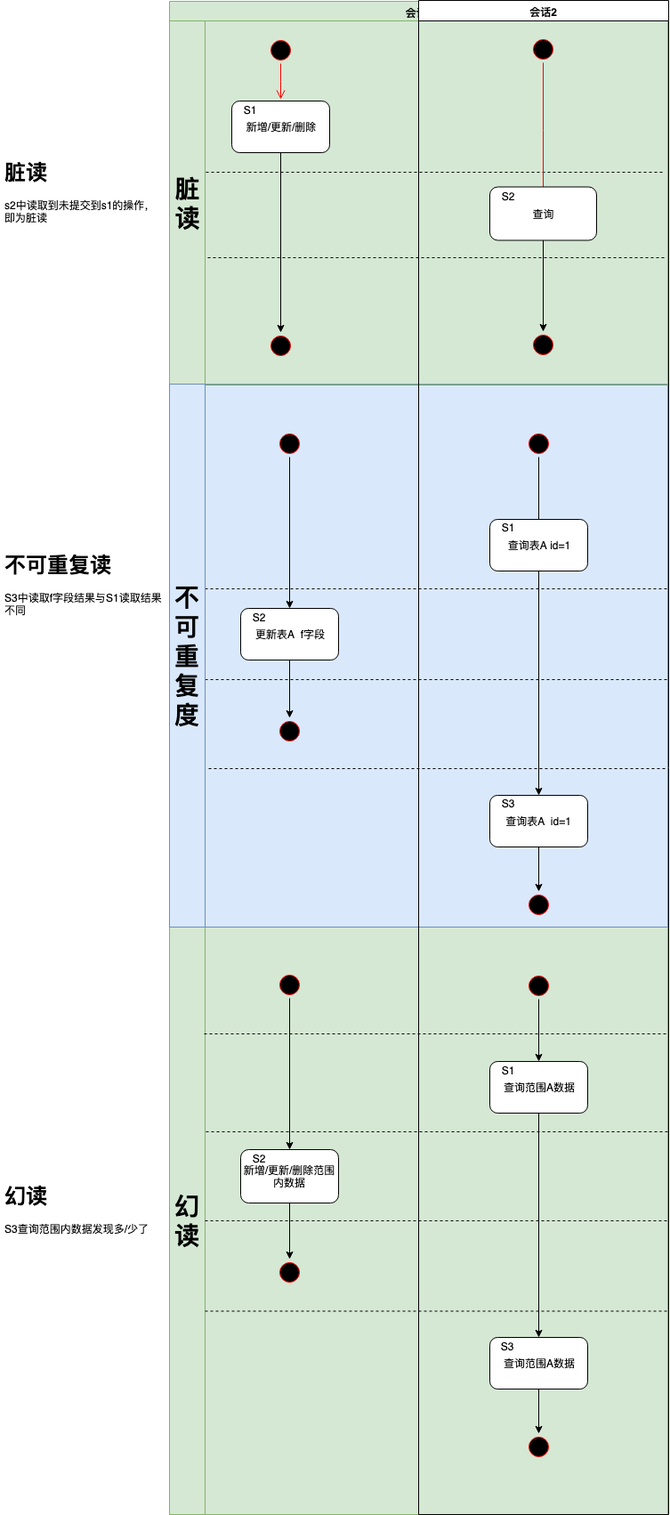
The draw.io diagram picture/transaction-issue.png in leon-fly/documents, before a commit. Source tidied: cells renumbered, new cells last; positions are measured from the earlier drawing's top-left corner, leaving out a move shared by most shapes.
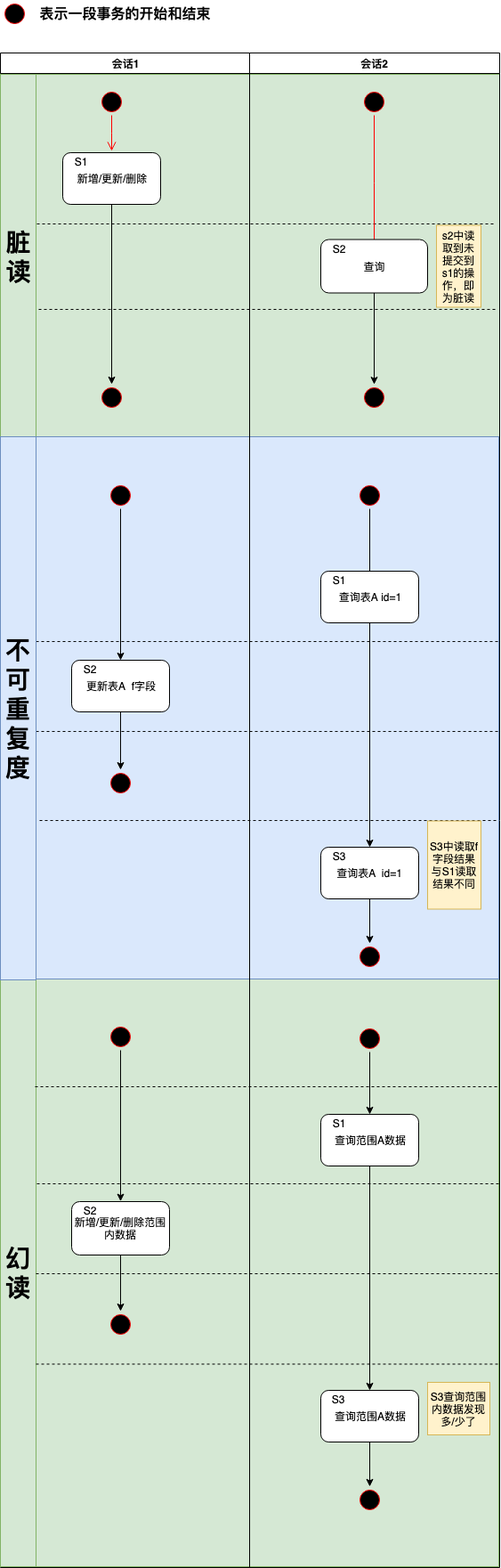
After the change.

The edit, as a diff of the source:
```diff
@@ -2,14 +2,14 @@
   <root>
     <mxCell id="0" />
     <mxCell id="1" parent="0" />
-    <mxCell id="2" value="会话1" style="swimlane;whiteSpace=wrap;fillColor=#d5e8d4;strokeColor=#82b366;" parent="1" vertex="1">
-      <mxGeometry x="190" y="1" width="560" height="1700" as="geometry" />
+    <mxCell id="2" value="会话1" style="swimlane;whiteSpace=wrap;" parent="1" vertex="1">
+      <mxGeometry x="190" width="280" height="1701" as="geometry" />
     </mxCell>
     <mxCell id="3" style="rounded=0;whiteSpace=wrap;html=1;fillColor=#d5e8d4;strokeColor=#82b366;" parent="2" vertex="1">
       <mxGeometry x="40" y="1040" width="520" height="660" as="geometry" />
     </mxCell>
     <mxCell id="4" style="rounded=0;whiteSpace=wrap;html=1;fillColor=#d5e8d4;strokeColor=#82b366;" parent="2" vertex="1">
-      <mxGeometry y="22" width="560" height="408" as="geometry" />
+      <mxGeometry x="1" y="24" width="560" height="408" as="geometry" />
     </mxCell>
     <mxCell id="5" style="ellipse;shape=startState;fillColor=#000000;strokeColor=#ff0000;" parent="2" vertex="1">
       <mxGeometry x="110" y="40" width="30" height="30" as="geometry" />
@@ -47,7 +47,7 @@
       <mxGeometry relative="1" as="geometry" />
     </mxCell>
     <mxCell id="14" value="&lt;b style=&quot;font-size: 28px&quot;&gt;脏&lt;br&gt;读&lt;/b&gt;" style="rounded=0;whiteSpace=wrap;html=1;fillColor=#d5e8d4;strokeColor=#82b366;" parent="2" vertex="1">
-      <mxGeometry y="22" width="40" height="410" as="geometry" />
+      <mxGeometry y="24" width="40" height="410" as="geometry" />
     </mxCell>
     <mxCell id="15" style="rounded=0;whiteSpace=wrap;html=1;fillColor=#dae8fc;strokeColor=#6c8ebf;" parent="2" vertex="1">
       <mxGeometry y="431" width="560" height="609" as="geometry" />
@@ -206,9 +206,15 @@
         <mxPoint x="280" y="1371" as="targetPoint" />
       </mxGeometry>
     </mxCell>
-    <mxCell id="60" value="&lt;h1&gt;脏读&lt;/h1&gt;&lt;p&gt;s2中读取到未提交到s1的操作，即为脏读&lt;/p&gt;" style="text;html=1;strokeColor=none;fillColor=none;spacing=5;spacingTop=-20;whiteSpace=wrap;overflow=hidden;rounded=0;" parent="1" vertex="1">
-      <mxGeometry y="173.5" width="190" height="95" as="geometry" />
-    </mxCell>
+    <mxCell id="65" value="&lt;span&gt;s2中读取到未提交到s1的操作，即为脏读&lt;/span&gt;" style="text;html=1;strokeColor=#d6b656;fillColor=#fff2cc;align=center;verticalAlign=middle;whiteSpace=wrap;rounded=0;" parent="39" vertex="1">
+      <mxGeometry x="210" y="193.5" width="50" height="92" as="geometry" />
+    </mxCell>
+    <mxCell id="66" value="&lt;span&gt;S3中读取f字段结果与S1读取结果不同&lt;/span&gt;" style="text;html=1;strokeColor=#d6b656;fillColor=#fff2cc;align=center;verticalAlign=middle;whiteSpace=wrap;rounded=0;" parent="39" vertex="1">
+      <mxGeometry x="200" y="862.5" width="60" height="99" as="geometry" />
+    </mxCell>
+    <mxCell id="67" value="&lt;span&gt;S3查询范围内数据发现多/少了&lt;/span&gt;" style="text;html=1;strokeColor=#d6b656;fillColor=#FFF2CC;align=center;verticalAlign=middle;whiteSpace=wrap;rounded=0;" parent="39" vertex="1">
+      <mxGeometry x="200" y="1493" width="70" height="59" as="geometry" />
+    </mxCell>
     <mxCell id="61" style="endArrow=none;dashed=1;html=1;" parent="1" edge="1">
       <mxGeometry relative="1" as="geometry">
         <mxPoint x="230" y="661" as="sourcePoint" />
@@ -218,11 +224,11 @@
     <mxCell id="62" value="&lt;b&gt;&lt;font style=&quot;font-size: 28px&quot;&gt;不可重复度&lt;/font&gt;&lt;/b&gt;" style="rounded=0;whiteSpace=wrap;html=1;fillColor=#dae8fc;strokeColor=#6c8ebf;" parent="1" vertex="1">
       <mxGeometry x="190" y="431" width="40" height="610" as="geometry" />
     </mxCell>
-    <mxCell id="63" value="&lt;h1&gt;不可重复读&lt;/h1&gt;&lt;p&gt;S3中读取f字段结果与S1读取结果不同&lt;/p&gt;" style="text;html=1;strokeColor=none;fillColor=none;spacing=5;spacingTop=-20;whiteSpace=wrap;overflow=hidden;rounded=0;" parent="1" vertex="1">
-      <mxGeometry y="615" width="190" height="95" as="geometry" />
-    </mxCell>
-    <mxCell id="64" value="&lt;h1&gt;幻读&lt;/h1&gt;&lt;p&gt;S3查询范围内数据发现多/少了&lt;/p&gt;" style="text;html=1;strokeColor=none;fillColor=none;spacing=5;spacingTop=-20;whiteSpace=wrap;overflow=hidden;rounded=0;" parent="1" vertex="1">
-      <mxGeometry y="1323.5" width="190" height="95" as="geometry" />
-    </mxCell>
+    <mxCell id="68" style="ellipse;shape=startState;fillColor=#000000;strokeColor=#ff0000;" parent="1" vertex="1">
+      <mxGeometry x="191" y="-59" width="30" height="30" as="geometry" />
+    </mxCell>
+    <mxCell id="69" value="表示一段事务的开始和结束" style="text;html=1;strokeColor=none;fillColor=none;align=center;verticalAlign=middle;whiteSpace=wrap;rounded=0;fontStyle=1;fontSize=16;" parent="1" vertex="1">
+      <mxGeometry x="230" y="-51" width="200" height="15" as="geometry" />
+    </mxCell>
   </root>
 </mxGraphModel>
```
